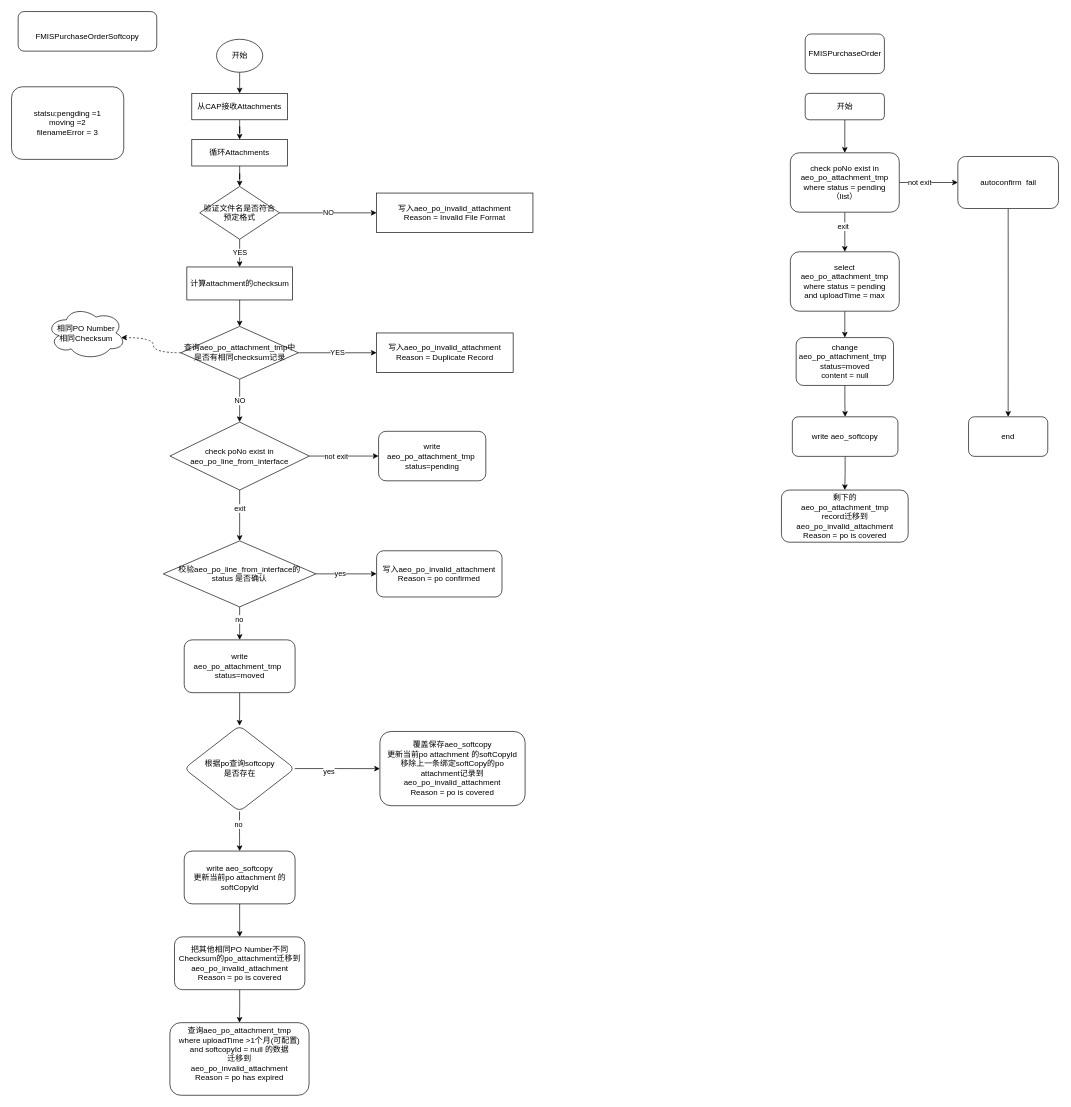
This is po_atta.drawio from 1119132473/doc, a draw.io file, before an edit. Source tidied: cells renumbered, new cells numbered last; positions are measured from the earlier drawing's top-left corner, leaving out a move shared by most shapes. Both pictures are drawn from the tidied source at 66%, with x=0, y=0 at pixel (11, 11).
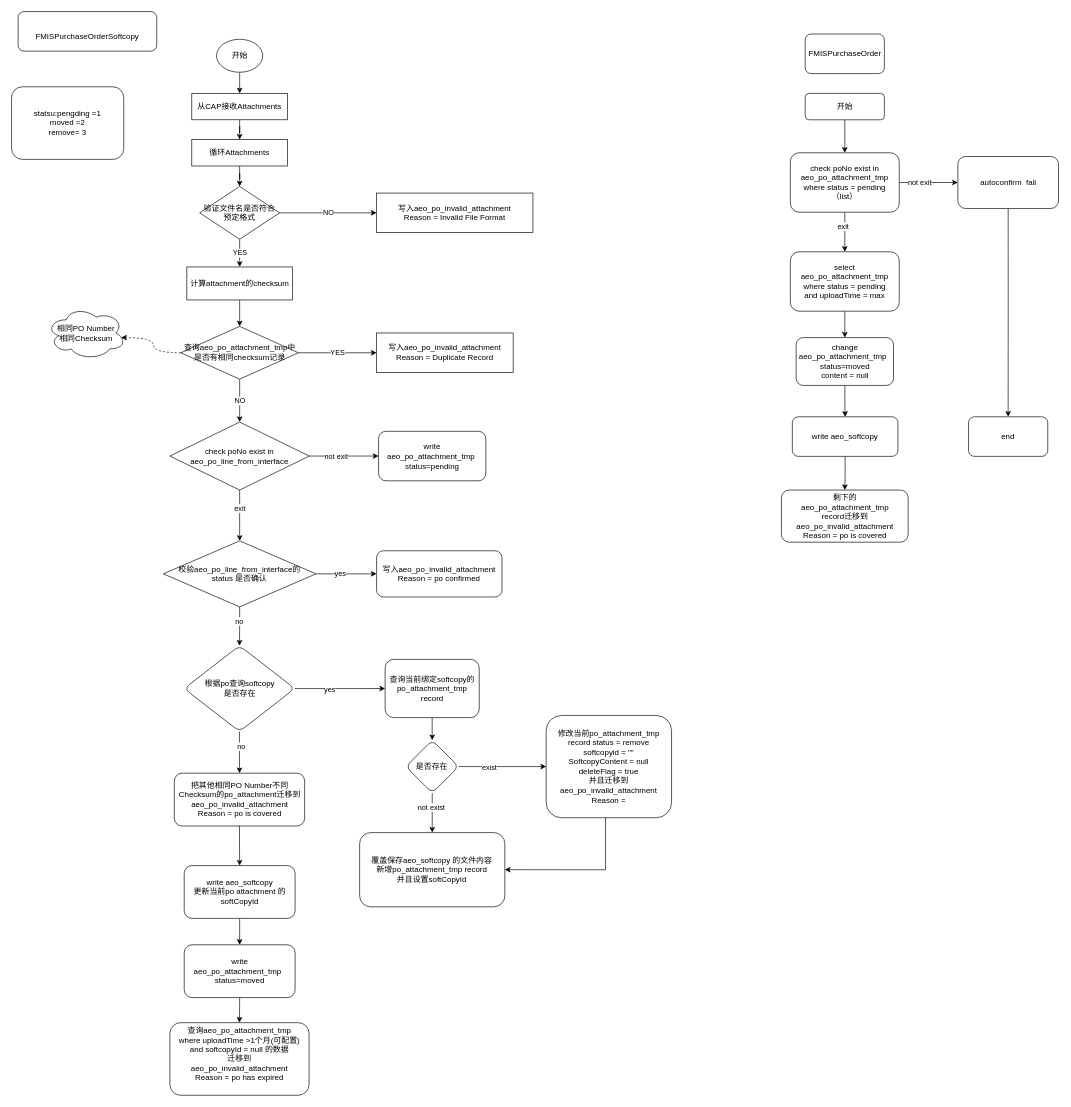
After the change.

Unchanged cells that the change refers to:
```xml
<mxCell id="46" value="&lt;div&gt;校验aeo_po_line_from_interface的&lt;/div&gt;&lt;div&gt;status 是否确认&lt;/div&gt;" style="rhombus;whiteSpace=wrap;html=1;" parent="1" vertex="1">
  <mxGeometry x="230" y="802" width="231.2" height="100" as="geometry" />
</mxCell>
<mxCell id="58" value="&lt;div&gt;查询aeo_po_attachment_tmp &lt;br&gt;&lt;/div&gt;&lt;div&gt;where uploadTime &amp;gt;1个月(可配置)&lt;/div&gt;&lt;div&gt;and softcopyId = null 的数据&lt;/div&gt;&lt;div&gt;迁移到&lt;/div&gt;&lt;div&gt;aeo_po_invalid_attachment&lt;br&gt;Reason = &lt;span class=&quot;HwtZe&quot; lang=&quot;en&quot;&gt;&lt;span class=&quot;jCAhz ChMk0b&quot;&gt;&lt;span class=&quot;ryNqvb&quot;&gt;po has expired&lt;/span&gt;&lt;/span&gt;&lt;/span&gt;&lt;/div&gt;&lt;div&gt;&lt;br&gt;&lt;/div&gt;" style="rounded=1;whiteSpace=wrap;html=1;" parent="1" vertex="1">
  <mxGeometry x="239.9" y="1532" width="210.9" height="110" as="geometry" />
</mxCell>
```

Change to the diagram source:
```diff
@@
-    <mxCell id="44" style="edgeStyle=orthogonalEdgeStyle;rounded=0;jettySize=auto;html=1;" parent="1" edge="1" source="46" target="49">
+    <mxCell id="44" style="edgeStyle=orthogonalEdgeStyle;rounded=0;jettySize=auto;html=1;entryX=0.5;entryY=0;entryDx=0;entryDy=0;" parent="1" edge="1" source="46" target="54">
       <mxGeometry relative="1" as="geometry" />
     </mxCell>
@@
-    <mxCell id="48" style="edgeStyle=orthogonalEdgeStyle;rounded=0;jettySize=auto;html=1;" parent="1" edge="1" source="49" target="54">
-      <mxGeometry relative="1" as="geometry" />
-    </mxCell>
-    <mxCell id="49" value="write aeo_po_attachment_tmp&amp;nbsp;&amp;nbsp; status=moved" style="rounded=1;whiteSpace=wrap;html=1;" parent="1" vertex="1">
-      <mxGeometry x="261.6" y="952" width="168" height="80" as="geometry" />
-    </mxCell>
-    <mxCell id="50" style="edgeStyle=orthogonalEdgeStyle;rounded=0;jettySize=auto;html=1;" parent="1" edge="1" source="54" target="55">
-      <mxGeometry relative="1" as="geometry" />
-    </mxCell>
-    <mxCell id="51" value="yes" style="edgeLabel;html=1;align=center;verticalAlign=middle;" parent="50" vertex="1">
-      <mxGeometry x="-0.21" y="-3" relative="1" as="geometry" />
-    </mxCell>
-    <mxCell id="52" style="edgeStyle=orthogonalEdgeStyle;rounded=0;jettySize=auto;html=1;" parent="1" edge="1" source="54" target="57">
-      <mxGeometry relative="1" as="geometry" />
-    </mxCell>
-    <mxCell id="53" value="no" style="edgeLabel;html=1;align=center;verticalAlign=middle;" parent="52" vertex="1">
-      <mxGeometry x="-0.32" y="-2" relative="1" as="geometry" />
-    </mxCell>
-    <mxCell id="54" value="&lt;div&gt;根据po查询softcopy&lt;/div&gt;&lt;div&gt;是否存在&lt;br&gt;&lt;/div&gt;" style="rhombus;whiteSpace=wrap;html=1;rounded=1;" parent="1" vertex="1">
-      <mxGeometry x="261.6" y="1082" width="167.5" height="130" as="geometry" />
-    </mxCell>
-    <mxCell id="55" value="&lt;div&gt;覆盖保存aeo_softcopy&lt;/div&gt;&lt;div&gt;更新当前po attachment 的softCopyId&lt;/div&gt;&lt;div&gt;移除上一条绑定softCopy的po attachment记录到&lt;/div&gt;&lt;div&gt;aeo_po_invalid_attachment&lt;br&gt;Reason = &lt;span class=&quot;HwtZe&quot; lang=&quot;en&quot;&gt;&lt;span class=&quot;jCAhz ChMk0b&quot;&gt;&lt;span class=&quot;ryNqvb&quot;&gt;po is covered&lt;/span&gt;&lt;/span&gt;&lt;/span&gt;&lt;/div&gt;" style="rounded=1;whiteSpace=wrap;html=1;" parent="1" vertex="1">
-      <mxGeometry x="558.1" y="1090.8" width="220" height="112.5" as="geometry" />
+    <mxCell id="55" value="&lt;div&gt;覆盖保存aeo_softcopy 的文件内容&lt;/div&gt;&lt;div&gt;新增po_attachment_tmp record&lt;br&gt;&lt;/div&gt;&lt;div&gt;并且设置softCopyId&lt;/div&gt;" style="rounded=1;whiteSpace=wrap;html=1;" parent="1" vertex="1">
+      <mxGeometry x="527.4" y="1244" width="220" height="112.5" as="geometry" />
     </mxCell>
-    <mxCell id="56" style="edgeStyle=orthogonalEdgeStyle;rounded=0;jettySize=auto;html=1;" parent="1" edge="1" source="57" target="62">
-      <mxGeometry relative="1" as="geometry" />
-    </mxCell>
+    <mxCell id="65" style="edgeStyle=orthogonalEdgeStyle;rounded=0;jettySize=auto;html=1;exitX=0.5;exitY=1;exitDx=0;exitDy=0;entryX=0.5;entryY=0;entryDx=0;entryDy=0;" parent="1" edge="1" source="57" target="49">
+      <mxGeometry relative="1" as="geometry" />
+    </mxCell>
     <mxCell id="57" value="&lt;div&gt;write aeo_softcopy&lt;/div&gt;&lt;div&gt;更新当前po attachment 的softCopyId&lt;/div&gt;" style="rounded=1;whiteSpace=wrap;html=1;" parent="1" vertex="1">
-      <mxGeometry x="261.6" y="1272" width="168" height="80" as="geometry" />
+      <mxGeometry x="261.6" y="1294" width="168" height="80" as="geometry" />
     </mxCell>
@@
-    <mxCell id="61" style="edgeStyle=orthogonalEdgeStyle;rounded=0;jettySize=auto;html=1;exitX=0.5;exitY=1;exitDx=0;exitDy=0;entryX=0.5;entryY=0;entryDx=0;entryDy=0;" parent="1" edge="1" source="62" target="58">
-      <mxGeometry relative="1" as="geometry" />
-    </mxCell>
+    <mxCell id="66" style="edgeStyle=orthogonalEdgeStyle;rounded=0;jettySize=auto;html=1;exitX=0.5;exitY=1;exitDx=0;exitDy=0;entryX=0.5;entryY=0;entryDx=0;entryDy=0;" parent="1" edge="1" source="62" target="57">
+      <mxGeometry relative="1" as="geometry" />
+    </mxCell>
     <mxCell id="62" value="把其他相同PO Number不同Checksum的po_attachment迁移到aeo_po_invalid_attachment&lt;br&gt;Reason = &lt;span class=&quot;HwtZe&quot; lang=&quot;en&quot;&gt;&lt;span class=&quot;jCAhz ChMk0b&quot;&gt;&lt;span class=&quot;ryNqvb&quot;&gt;po is covered&lt;/span&gt;&lt;/span&gt;&lt;/span&gt;" style="rounded=1;whiteSpace=wrap;html=1;" parent="1" vertex="1">
-      <mxGeometry x="246.9" y="1402" width="197.5" height="80" as="geometry" />
+      <mxGeometry x="246.6" y="1154" width="197.5" height="80" as="geometry" />
     </mxCell>
@@
-    <mxCell id="64" value="&lt;div&gt;statsu:pengding =1&lt;/div&gt;&lt;div&gt;moving =2&lt;/div&gt;&lt;div&gt;filenameError = 3&lt;br&gt;&lt;/div&gt;" style="rounded=1;whiteSpace=wrap;html=1;" parent="1" vertex="1">
+    <mxCell id="64" value="&lt;div&gt;statsu:pengding =1&lt;/div&gt;&lt;div&gt;moved =2&lt;/div&gt;&lt;div&gt;remove= 3&lt;br&gt;&lt;/div&gt;" style="rounded=1;whiteSpace=wrap;html=1;" parent="1" vertex="1">
       <mxGeometry y="114" width="170" height="110" as="geometry" />
     </mxCell>
+    <mxCell id="67" style="edgeStyle=orthogonalEdgeStyle;rounded=0;jettySize=auto;html=1;exitX=0.5;exitY=1;exitDx=0;exitDy=0;entryX=0.5;entryY=0;entryDx=0;entryDy=0;" parent="1" edge="1" source="54" target="62">
+      <mxGeometry relative="1" as="geometry" />
+    </mxCell>
+    <mxCell id="53" value="no" style="edgeLabel;html=1;align=center;verticalAlign=middle;" parent="67" vertex="1">
+      <mxGeometry x="-0.26" y="2" relative="1" as="geometry" />
+    </mxCell>
+    <mxCell id="68" style="edgeStyle=orthogonalEdgeStyle;rounded=0;jettySize=auto;html=1;exitX=1;exitY=0.5;exitDx=0;exitDy=0;entryX=0;entryY=0.5;entryDx=0;entryDy=0;" parent="1" edge="1" source="54" target="71">
+      <mxGeometry relative="1" as="geometry" />
+    </mxCell>
+    <mxCell id="51" value="yes" style="edgeLabel;html=1;align=center;verticalAlign=middle;" parent="68" vertex="1">
+      <mxGeometry x="-0.24" y="-1" relative="1" as="geometry" />
+    </mxCell>
+    <mxCell id="54" value="&lt;div&gt;根据po查询softcopy&lt;/div&gt;&lt;div&gt;是否存在&lt;br&gt;&lt;/div&gt;" style="rhombus;whiteSpace=wrap;html=1;rounded=1;" parent="1" vertex="1">
+      <mxGeometry x="261.6" y="960.8" width="167.5" height="130" as="geometry" />
+    </mxCell>
+    <mxCell id="69" style="edgeStyle=orthogonalEdgeStyle;rounded=0;jettySize=auto;html=1;exitX=0.5;exitY=1;exitDx=0;exitDy=0;entryX=0.5;entryY=0;entryDx=0;entryDy=0;" parent="1" edge="1" source="49" target="58">
+      <mxGeometry relative="1" as="geometry" />
+    </mxCell>
+    <mxCell id="49" value="write aeo_po_attachment_tmp&amp;nbsp;&amp;nbsp; status=moved" style="rounded=1;whiteSpace=wrap;html=1;" parent="1" vertex="1">
+      <mxGeometry x="261.6" y="1414" width="168" height="80" as="geometry" />
+    </mxCell>
+    <mxCell id="70" style="edgeStyle=orthogonalEdgeStyle;rounded=0;jettySize=auto;html=1;" parent="1" edge="1" source="71" target="76">
+      <mxGeometry relative="1" as="geometry" />
+    </mxCell>
+    <mxCell id="71" value="&lt;div&gt;查询当前绑定softcopy的po_attachment_tmp record&lt;/div&gt;" style="whiteSpace=wrap;html=1;rounded=1;" parent="1" vertex="1">
+      <mxGeometry x="566" y="981.6" width="142.6" height="88.2" as="geometry" />
+    </mxCell>
+    <mxCell id="72" style="edgeStyle=orthogonalEdgeStyle;rounded=0;jettySize=auto;html=1;" parent="1" edge="1" source="76" target="78">
+      <mxGeometry relative="1" as="geometry" />
+    </mxCell>
+    <mxCell id="73" value="exist" style="edgeLabel;html=1;align=center;verticalAlign=middle;" parent="72" vertex="1">
+      <mxGeometry x="-0.3" y="-1" relative="1" as="geometry" />
+    </mxCell>
+    <mxCell id="74" style="edgeStyle=orthogonalEdgeStyle;rounded=0;jettySize=auto;html=1;" parent="1" edge="1" source="76" target="55">
+      <mxGeometry relative="1" as="geometry" />
+    </mxCell>
+    <mxCell id="75" value="not exist" style="edgeLabel;html=1;align=center;verticalAlign=middle;" parent="74" vertex="1">
+      <mxGeometry x="-0.3" y="-2" relative="1" as="geometry" />
+    </mxCell>
+    <mxCell id="76" value="是否存在" style="rhombus;whiteSpace=wrap;html=1;rounded=1;" parent="1" vertex="1">
+      <mxGeometry x="597.4" y="1104" width="80" height="80" as="geometry" />
+    </mxCell>
+    <mxCell id="77" style="edgeStyle=orthogonalEdgeStyle;rounded=0;jettySize=auto;html=1;entryX=1;entryY=0.5;entryDx=0;entryDy=0;exitX=0.5;exitY=1;exitDx=0;exitDy=0;" parent="1" edge="1" source="78" target="55">
+      <mxGeometry relative="1" as="geometry">
+        <Array as="points">
+          <mxPoint x="900" y="1199" />
+          <mxPoint x="900" y="1300" />
+        </Array>
+      </mxGeometry>
+    </mxCell>
+    <mxCell id="78" value="&lt;div&gt;修改当前po_attachment_tmp record status = remove&lt;/div&gt;&lt;div&gt;softcopyid = &quot;&quot;&lt;/div&gt;&lt;div&gt;SoftcopyContent = null&lt;/div&gt;&lt;div&gt;deleteFlag = true&lt;/div&gt;&lt;div&gt;并且迁移到&lt;/div&gt;&lt;div&gt;aeo_po_invalid_attachment&lt;br&gt;Reason = &lt;span class=&quot;HwtZe&quot; lang=&quot;en&quot;&gt;&lt;/span&gt;&lt;/div&gt;" style="rounded=1;whiteSpace=wrap;html=1;" parent="1" vertex="1">
+      <mxGeometry x="810" y="1066.5" width="190" height="155" as="geometry" />
+    </mxCell>
```
